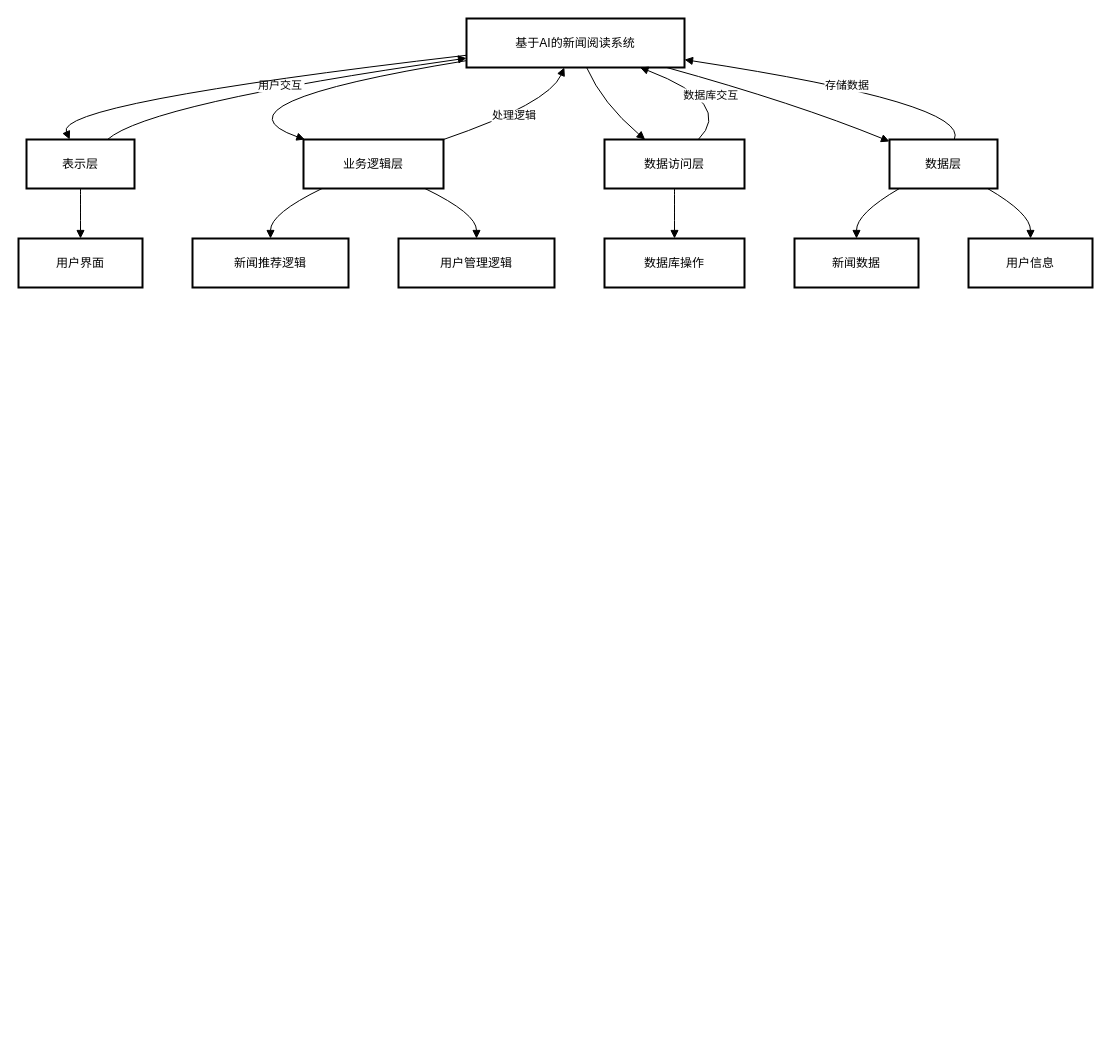
lijc210/app_storage keeps this draw.io diagram as draw.io/HIPO分层图.drawio. Above is the earlier version. Source tidied: cells renumbered, new cells numbered last; positions are measured from the earlier drawing's top-left corner, leaving out a move shared by most shapes. Both pictures are drawn from the tidied source at 100%, with x=0, y=0 at pixel (18, 18).
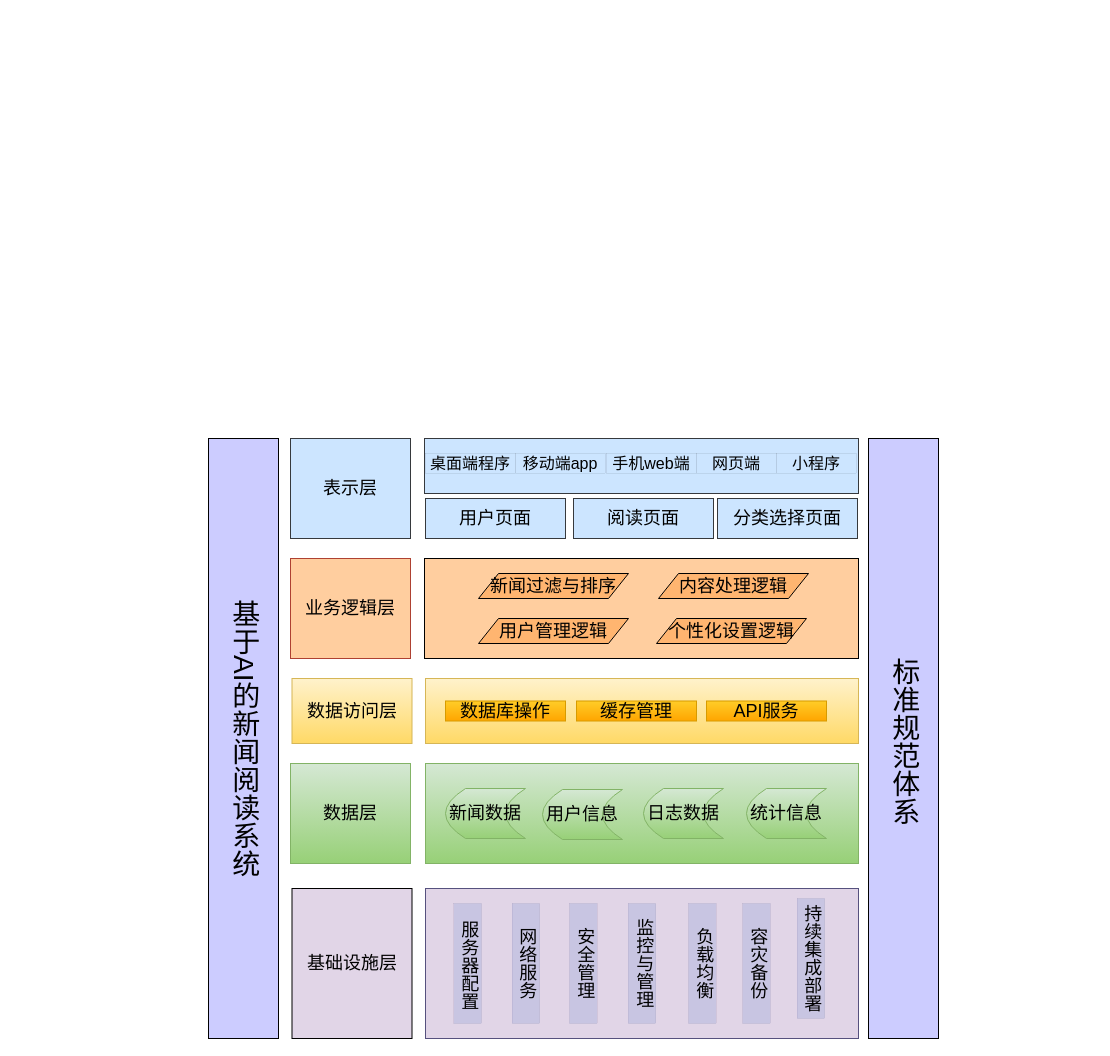
After the change.

Commit message:
更新HIPO分层图.drawio

Diff of the diagram source:
```diff
@@
-    <mxCell id="2" value="基于AI的新闻阅读系统" style="whiteSpace=wrap;strokeWidth=2;" parent="1" vertex="1">
-      <mxGeometry x="448" width="218" height="49" as="geometry" />
+    <mxCell id="2" value="基于AI的新闻阅读系统" style="rounded=0;whiteSpace=wrap;html=1;textDirection=vertical-lr;fontSize=28;fillColor=#CCCCFF;" parent="1" vertex="1">
+      <mxGeometry x="190" y="420" width="70" height="600" as="geometry" />
     </mxCell>
-    <mxCell id="3" value="表示层" style="whiteSpace=wrap;strokeWidth=2;" parent="1" vertex="1">
-      <mxGeometry x="8" y="121" width="108" height="49" as="geometry" />
+    <mxCell id="3" value="表示层" style="rounded=0;whiteSpace=wrap;html=1;fontSize=18;fillColor=#cce5ff;strokeColor=#36393d;" parent="1" vertex="1">
+      <mxGeometry x="272" y="420" width="120" height="100" as="geometry" />
     </mxCell>
-    <mxCell id="4" value="业务逻辑层" style="whiteSpace=wrap;strokeWidth=2;" parent="1" vertex="1">
-      <mxGeometry x="285" y="121" width="140" height="49" as="geometry" />
+    <mxCell id="4" value="业务逻辑层" style="rounded=0;whiteSpace=wrap;html=1;fontSize=18;fillColor=#FFCE9F;strokeColor=#ae4132;" parent="1" vertex="1">
+      <mxGeometry x="272" y="540" width="120" height="100" as="geometry" />
     </mxCell>
-    <mxCell id="5" value="数据访问层" style="whiteSpace=wrap;strokeWidth=2;" parent="1" vertex="1">
-      <mxGeometry x="586" y="121" width="140" height="49" as="geometry" />
+    <mxCell id="5" value="数据访问层" style="rounded=0;whiteSpace=wrap;html=1;fontSize=18;fillColor=#fff2cc;gradientColor=#ffd966;strokeColor=#d6b656;" parent="1" vertex="1">
+      <mxGeometry x="273.5" y="660" width="120" height="65" as="geometry" />
     </mxCell>
-    <mxCell id="6" value="数据层" style="whiteSpace=wrap;strokeWidth=2;" parent="1" vertex="1">
-      <mxGeometry x="871" y="121" width="108" height="49" as="geometry" />
+    <mxCell id="6" value="数据层" style="rounded=0;whiteSpace=wrap;html=1;fontSize=18;fillColor=#d5e8d4;gradientColor=#97d077;strokeColor=#82b366;" parent="1" vertex="1">
+      <mxGeometry x="272" y="745" width="120" height="100" as="geometry" />
     </mxCell>
-    <mxCell id="7" value="用户界面" style="whiteSpace=wrap;strokeWidth=2;" parent="1" vertex="1">
-      <mxGeometry y="220" width="124" height="49" as="geometry" />
-    </mxCell>
-    <mxCell id="8" value="新闻推荐逻辑" style="whiteSpace=wrap;strokeWidth=2;" parent="1" vertex="1">
-      <mxGeometry x="174" y="220" width="156" height="49" as="geometry" />
-    </mxCell>
-    <mxCell id="9" value="用户管理逻辑" style="whiteSpace=wrap;strokeWidth=2;" parent="1" vertex="1">
-      <mxGeometry x="380" y="220" width="156" height="49" as="geometry" />
-    </mxCell>
-    <mxCell id="10" value="数据库操作" style="whiteSpace=wrap;strokeWidth=2;" parent="1" vertex="1">
-      <mxGeometry x="586" y="220" width="140" height="49" as="geometry" />
-    </mxCell>
+    <mxCell id="27" value="基础设施层" style="rounded=0;whiteSpace=wrap;html=1;fontSize=18;fillColor=#E1D5E7;" parent="1" vertex="1">
+      <mxGeometry x="273.5" y="870" width="120" height="150" as="geometry" />
+    </mxCell>
+    <mxCell id="28" value="&amp;nbsp;标准规范体系" style="rounded=0;whiteSpace=wrap;html=1;fontSize=28;textDirection=vertical-lr;fillColor=#CCCCFF;" parent="1" vertex="1">
+      <mxGeometry x="850" y="420" width="70" height="600" as="geometry" />
+    </mxCell>
+    <mxCell id="29" style="edgeStyle=orthogonalEdgeStyle;rounded=0;jettySize=auto;html=1;exitX=1;exitY=1;exitDx=0;exitDy=0;fontSize=18;" parent="1" edge="1" source="30">
+      <mxGeometry relative="1" as="geometry">
+        <mxPoint x="810" y="460" as="targetPoint" />
+      </mxGeometry>
+    </mxCell>
+    <mxCell id="30" style="rounded=0;whiteSpace=wrap;html=1;fontSize=18;fillColor=#cce5ff;strokeColor=#36393d;" parent="1" vertex="1">
+      <mxGeometry x="406" y="420" width="434" height="55" as="geometry" />
+    </mxCell>
+    <mxCell id="31" value="移动端app" style="rounded=0;whiteSpace=wrap;html=1;fontSize=16;fillColor=#cce5ff;strokeColor=#36393d;strokeWidth=0;" parent="1" vertex="1">
+      <mxGeometry x="497" y="435" width="90" height="20" as="geometry" />
+    </mxCell>
+    <mxCell id="32" value="手机web端" style="rounded=0;whiteSpace=wrap;html=1;fontSize=16;fillColor=#cce5ff;strokeColor=#36393d;strokeWidth=0;" parent="1" vertex="1">
+      <mxGeometry x="588" y="435" width="90" height="20" as="geometry" />
+    </mxCell>
+    <mxCell id="33" value="网页端" style="rounded=0;whiteSpace=wrap;html=1;fontSize=16;fillColor=#cce5ff;strokeColor=#36393d;strokeWidth=0;" parent="1" vertex="1">
+      <mxGeometry x="678" y="435" width="80" height="20" as="geometry" />
+    </mxCell>
+    <mxCell id="34" value="小程序" style="rounded=0;whiteSpace=wrap;html=1;fontSize=16;strokeWidth=0;fillColor=#cce5ff;strokeColor=#36393d;" parent="1" vertex="1">
+      <mxGeometry x="758" y="435" width="80" height="20" as="geometry" />
+    </mxCell>
+    <mxCell id="35" value="桌面端程序" style="rounded=0;whiteSpace=wrap;html=1;fontSize=16;fillColor=#cce5ff;strokeColor=#36393d;strokeWidth=0;" parent="1" vertex="1">
+      <mxGeometry x="407" y="435" width="90" height="20" as="geometry" />
+    </mxCell>
+    <mxCell id="36" value="用户页面" style="rounded=0;whiteSpace=wrap;html=1;fontSize=18;fillColor=#cce5ff;strokeColor=#36393d;" parent="1" vertex="1">
+      <mxGeometry x="407" y="480" width="140" height="40" as="geometry" />
+    </mxCell>
+    <mxCell id="37" value="阅读页面" style="rounded=0;whiteSpace=wrap;html=1;fontSize=18;fillColor=#cce5ff;strokeColor=#36393d;" parent="1" vertex="1">
+      <mxGeometry x="555" y="480" width="140" height="40" as="geometry" />
+    </mxCell>
+    <mxCell id="38" value="分类选择页面" style="rounded=0;whiteSpace=wrap;html=1;fontSize=18;fillColor=#cce5ff;strokeColor=#36393d;" parent="1" vertex="1">
+      <mxGeometry x="699" y="480" width="140" height="40" as="geometry" />
+    </mxCell>
+    <mxCell id="39" style="rounded=0;whiteSpace=wrap;html=1;fontSize=18;fillColor=#FFCE9F;" parent="1" vertex="1">
+      <mxGeometry x="406" y="540" width="434" height="100" as="geometry" />
+    </mxCell>
+    <mxCell id="40" style="rounded=0;whiteSpace=wrap;html=1;fontSize=18;fillColor=#fff2cc;gradientColor=#ffd966;strokeColor=#d6b656;" parent="1" vertex="1">
+      <mxGeometry x="407" y="660" width="433" height="65" as="geometry" />
+    </mxCell>
+    <mxCell id="41" style="rounded=0;whiteSpace=wrap;html=1;fontSize=18;fillColor=#d5e8d4;gradientColor=#97d077;strokeColor=#82b366;" parent="1" vertex="1">
+      <mxGeometry x="407" y="745" width="433" height="100" as="geometry" />
+    </mxCell>
+    <mxCell id="42" style="group;" parent="1" vertex="1">
+      <mxGeometry x="407" y="870" width="433" height="110" as="geometry" />
+    </mxCell>
+    <mxCell id="43" style="rounded=0;whiteSpace=wrap;html=1;fillColor=#E1D5E7;strokeColor=#56517e;fontSize=18;" parent="42" vertex="1">
+      <mxGeometry width="433" height="150" as="geometry" />
+    </mxCell>
+    <mxCell id="44" value="&amp;nbsp;服务器配置" style="rounded=0;whiteSpace=wrap;html=1;textDirection=vertical-lr;fillColor=#c8c5e2;strokeColor=#56517e;strokeWidth=0;fontSize=18;" parent="42" vertex="1">
+      <mxGeometry x="28.4" y="15" width="27.6" height="120" as="geometry" />
+    </mxCell>
+    <mxCell id="45" value="网络服务" style="rounded=0;whiteSpace=wrap;html=1;textDirection=vertical-lr;fillColor=#c8c5e2;strokeColor=#56517e;strokeWidth=0;fontSize=18;" parent="42" vertex="1">
+      <mxGeometry x="86.6" y="15" width="27.6" height="120" as="geometry" />
+    </mxCell>
+    <mxCell id="46" value="安全管理" style="rounded=0;whiteSpace=wrap;html=1;textDirection=vertical-lr;fillColor=#c8c5e2;strokeColor=#56517e;strokeWidth=0;fontSize=18;" parent="42" vertex="1">
+      <mxGeometry x="144" y="15" width="27.6" height="120" as="geometry" />
+    </mxCell>
+    <mxCell id="47" value="监控与管理" style="rounded=0;whiteSpace=wrap;html=1;textDirection=vertical-lr;fillColor=#c8c5e2;strokeColor=#56517e;strokeWidth=0;fontSize=18;" parent="42" vertex="1">
+      <mxGeometry x="202.7" y="15" width="27.6" height="120" as="geometry" />
+    </mxCell>
+    <mxCell id="48" value="负载均衡" style="rounded=0;whiteSpace=wrap;html=1;textDirection=vertical-lr;fillColor=#c8c5e2;strokeColor=#56517e;strokeWidth=0;fontSize=18;" parent="42" vertex="1">
+      <mxGeometry x="263" y="15" width="27.6" height="120" as="geometry" />
+    </mxCell>
+    <mxCell id="49" value="容灾备份" style="rounded=0;whiteSpace=wrap;html=1;textDirection=vertical-lr;fillColor=#c8c5e2;strokeColor=#56517e;strokeWidth=0;fontSize=18;" parent="42" vertex="1">
+      <mxGeometry x="317.2" y="15" width="27.6" height="120" as="geometry" />
+    </mxCell>
+    <mxCell id="50" value="持续集成部署" style="rounded=0;whiteSpace=wrap;html=1;textDirection=vertical-lr;fillColor=#c8c5e2;strokeColor=#56517e;strokeWidth=0;fontSize=18;" parent="42" vertex="1">
+      <mxGeometry x="371.6" y="10" width="27.6" height="120" as="geometry" />
+    </mxCell>
-    <mxCell id="11" value="新闻数据" style="whiteSpace=wrap;strokeWidth=2;" parent="1" vertex="1">
-      <mxGeometry x="776" y="220" width="124" height="49" as="geometry" />
+    <mxCell id="11" value="新闻数据" style="shape=dataStorage;whiteSpace=wrap;html=1;fixedSize=1;fontSize=18;fillColor=#d5e8d4;gradientColor=#97d077;strokeColor=#82b366;" parent="1" vertex="1">
+      <mxGeometry x="427" y="770" width="80" height="50" as="geometry" />
     </mxCell>
-    <mxCell id="12" value="用户信息" style="whiteSpace=wrap;strokeWidth=2;" parent="1" vertex="1">
-      <mxGeometry x="950" y="220" width="124" height="49" as="geometry" />
+    <mxCell id="12" value="用户信息" style="shape=dataStorage;whiteSpace=wrap;html=1;fixedSize=1;fontSize=18;fillColor=#d5e8d4;gradientColor=#97d077;strokeColor=#82b366;" parent="1" vertex="1">
+      <mxGeometry x="524" y="771" width="80" height="50" as="geometry" />
     </mxCell>
-    <mxCell id="13" value="用户交互" style="curved=1;startArrow=none;endArrow=block;exitX=0.75;exitY=0;entryX=0;entryY=0.81;rounded=0;" parent="1" edge="1" source="3" target="2">
-      <mxGeometry relative="1" as="geometry">
-        <Array as="points">
-          <mxPoint x="130" y="85" />
-        </Array>
-      </mxGeometry>
-    </mxCell>
-    <mxCell id="14" value="处理逻辑" style="curved=1;startArrow=none;endArrow=block;exitX=1;exitY=0;entryX=0.45;entryY=0.99;rounded=0;" parent="1" edge="1" source="4" target="2">
-      <mxGeometry relative="1" as="geometry">
-        <Array as="points">
-          <mxPoint x="530" y="85" />
-        </Array>
-      </mxGeometry>
-    </mxCell>
-    <mxCell id="15" value="数据库交互" style="curved=1;startArrow=none;endArrow=block;exitX=0.67;exitY=0;entryX=0.79;entryY=0.99;rounded=0;" parent="1" edge="1" source="5" target="2">
-      <mxGeometry relative="1" as="geometry">
-        <Array as="points">
-          <mxPoint x="716" y="85" />
-        </Array>
-      </mxGeometry>
-    </mxCell>
-    <mxCell id="16" value="存储数据" style="curved=1;startArrow=none;endArrow=block;exitX=0.6;exitY=0;entryX=1;entryY=0.84;rounded=0;" parent="1" edge="1" source="6" target="2">
-      <mxGeometry relative="1" as="geometry">
-        <Array as="points">
-          <mxPoint x="952" y="85" />
-        </Array>
-      </mxGeometry>
-    </mxCell>
-    <mxCell id="17" style="curved=1;startArrow=none;endArrow=block;exitX=0;exitY=0.75;entryX=0.4;entryY=0;rounded=0;" parent="1" edge="1" source="2" target="3">
-      <mxGeometry relative="1" as="geometry">
-        <Array as="points">
-          <mxPoint x="35" y="85" />
-        </Array>
-      </mxGeometry>
-    </mxCell>
-    <mxCell id="18" style="curved=1;startArrow=none;endArrow=block;exitX=0;exitY=0.86;entryX=0.01;entryY=0;rounded=0;" parent="1" edge="1" source="2" target="4">
-      <mxGeometry relative="1" as="geometry">
-        <Array as="points">
-          <mxPoint x="184" y="85" />
-        </Array>
-      </mxGeometry>
-    </mxCell>
-    <mxCell id="19" style="curved=1;startArrow=none;endArrow=block;exitX=0.55;exitY=0.99;entryX=0.29;entryY=0;rounded=0;" parent="1" edge="1" source="2" target="5">
-      <mxGeometry relative="1" as="geometry">
-        <Array as="points">
-          <mxPoint x="584" y="85" />
-        </Array>
-      </mxGeometry>
-    </mxCell>
-    <mxCell id="20" style="curved=1;startArrow=none;endArrow=block;exitX=0.91;exitY=0.99;entryX=0;entryY=0.04;rounded=0;" parent="1" edge="1" source="2" target="6">
-      <mxGeometry relative="1" as="geometry">
-        <Array as="points">
-          <mxPoint x="778" y="85" />
-        </Array>
-      </mxGeometry>
-    </mxCell>
-    <mxCell id="21" style="curved=1;startArrow=none;endArrow=block;exitX=0.5;exitY=0.99;entryX=0.5;entryY=-0.01;rounded=0;" parent="1" edge="1" source="3" target="7">
-      <mxGeometry relative="1" as="geometry" />
-    </mxCell>
-    <mxCell id="22" style="curved=1;startArrow=none;endArrow=block;exitX=0.14;exitY=0.99;entryX=0.5;entryY=-0.01;rounded=0;" parent="1" edge="1" source="4" target="8">
-      <mxGeometry relative="1" as="geometry">
-        <Array as="points">
-          <mxPoint x="252" y="195" />
-        </Array>
-      </mxGeometry>
-    </mxCell>
-    <mxCell id="23" style="curved=1;startArrow=none;endArrow=block;exitX=0.86;exitY=0.99;entryX=0.5;entryY=-0.01;rounded=0;" parent="1" edge="1" source="4" target="9">
-      <mxGeometry relative="1" as="geometry">
-        <Array as="points">
-          <mxPoint x="458" y="195" />
-        </Array>
-      </mxGeometry>
-    </mxCell>
-    <mxCell id="24" style="curved=1;startArrow=none;endArrow=block;exitX=0.5;exitY=0.99;entryX=0.5;entryY=-0.01;rounded=0;" parent="1" edge="1" source="5" target="10">
-      <mxGeometry relative="1" as="geometry" />
-    </mxCell>
-    <mxCell id="25" style="curved=1;startArrow=none;endArrow=block;exitX=0.1;exitY=0.99;entryX=0.5;entryY=-0.01;rounded=0;" parent="1" edge="1" source="6" target="11">
-      <mxGeometry relative="1" as="geometry">
-        <Array as="points">
-          <mxPoint x="838" y="195" />
-        </Array>
-      </mxGeometry>
-    </mxCell>
-    <mxCell id="26" style="curved=1;startArrow=none;endArrow=block;exitX=0.9;exitY=0.99;entryX=0.5;entryY=-0.01;rounded=0;" parent="1" edge="1" source="6" target="12">
-      <mxGeometry relative="1" as="geometry">
-        <Array as="points">
-          <mxPoint x="1012" y="195" />
-        </Array>
-      </mxGeometry>
-    </mxCell>
+    <mxCell id="51" value="日志数据" style="shape=dataStorage;whiteSpace=wrap;html=1;fixedSize=1;fontSize=18;fillColor=#d5e8d4;gradientColor=#97d077;strokeColor=#82b366;" parent="1" vertex="1">
+      <mxGeometry x="625" y="770" width="80" height="50" as="geometry" />
+    </mxCell>
+    <mxCell id="52" value="统计信息" style="shape=dataStorage;whiteSpace=wrap;html=1;fixedSize=1;fontSize=18;fillColor=#d5e8d4;gradientColor=#97d077;strokeColor=#82b366;" parent="1" vertex="1">
+      <mxGeometry x="728" y="770" width="80" height="50" as="geometry" />
+    </mxCell>
+    <mxCell id="10" value="数据库操作" style="rounded=0;whiteSpace=wrap;html=1;fontSize=18;fillColor=#ffcd28;gradientColor=#ffa500;strokeColor=#d79b00;" parent="1" vertex="1">
+      <mxGeometry x="427" y="682.5" width="120" height="20" as="geometry" />
+    </mxCell>
+    <mxCell id="53" value="缓存管理" style="rounded=0;whiteSpace=wrap;html=1;fontSize=18;fillColor=#ffcd28;gradientColor=#ffa500;strokeColor=#d79b00;" parent="1" vertex="1">
+      <mxGeometry x="558" y="682.5" width="120" height="20" as="geometry" />
+    </mxCell>
+    <mxCell id="54" value="API服务" style="rounded=0;whiteSpace=wrap;html=1;fontSize=18;fillColor=#ffcd28;gradientColor=#ffa500;strokeColor=#d79b00;" parent="1" vertex="1">
+      <mxGeometry x="688" y="682.5" width="120" height="20" as="geometry" />
+    </mxCell>
+    <mxCell id="55" value="新闻过滤与排序" style="shape=parallelogram;perimeter=parallelogramPerimeter;whiteSpace=wrap;html=1;fixedSize=1;fontSize=18;fillColor=#FFB570;" parent="1" vertex="1">
+      <mxGeometry x="460" y="555" width="150" height="25" as="geometry" />
+    </mxCell>
+    <mxCell id="56" value="内容处理逻辑" style="shape=parallelogram;perimeter=parallelogramPerimeter;whiteSpace=wrap;html=1;fixedSize=1;fontSize=18;fillColor=#FFB570;" parent="1" vertex="1">
+      <mxGeometry x="640" y="555" width="150" height="25" as="geometry" />
+    </mxCell>
+    <mxCell id="9" value="用户管理逻辑" style="shape=parallelogram;perimeter=parallelogramPerimeter;whiteSpace=wrap;html=1;fixedSize=1;fontSize=18;fillColor=#FFB570;" parent="1" vertex="1">
+      <mxGeometry x="460" y="600" width="150" height="25" as="geometry" />
+    </mxCell>
+    <mxCell id="57" value="个性化设置逻辑" style="shape=parallelogram;perimeter=parallelogramPerimeter;whiteSpace=wrap;html=1;fixedSize=1;fontSize=18;fillColor=#FFB570;" parent="1" vertex="1">
+      <mxGeometry x="638" y="600" width="150" height="25" as="geometry" />
+    </mxCell>
```
